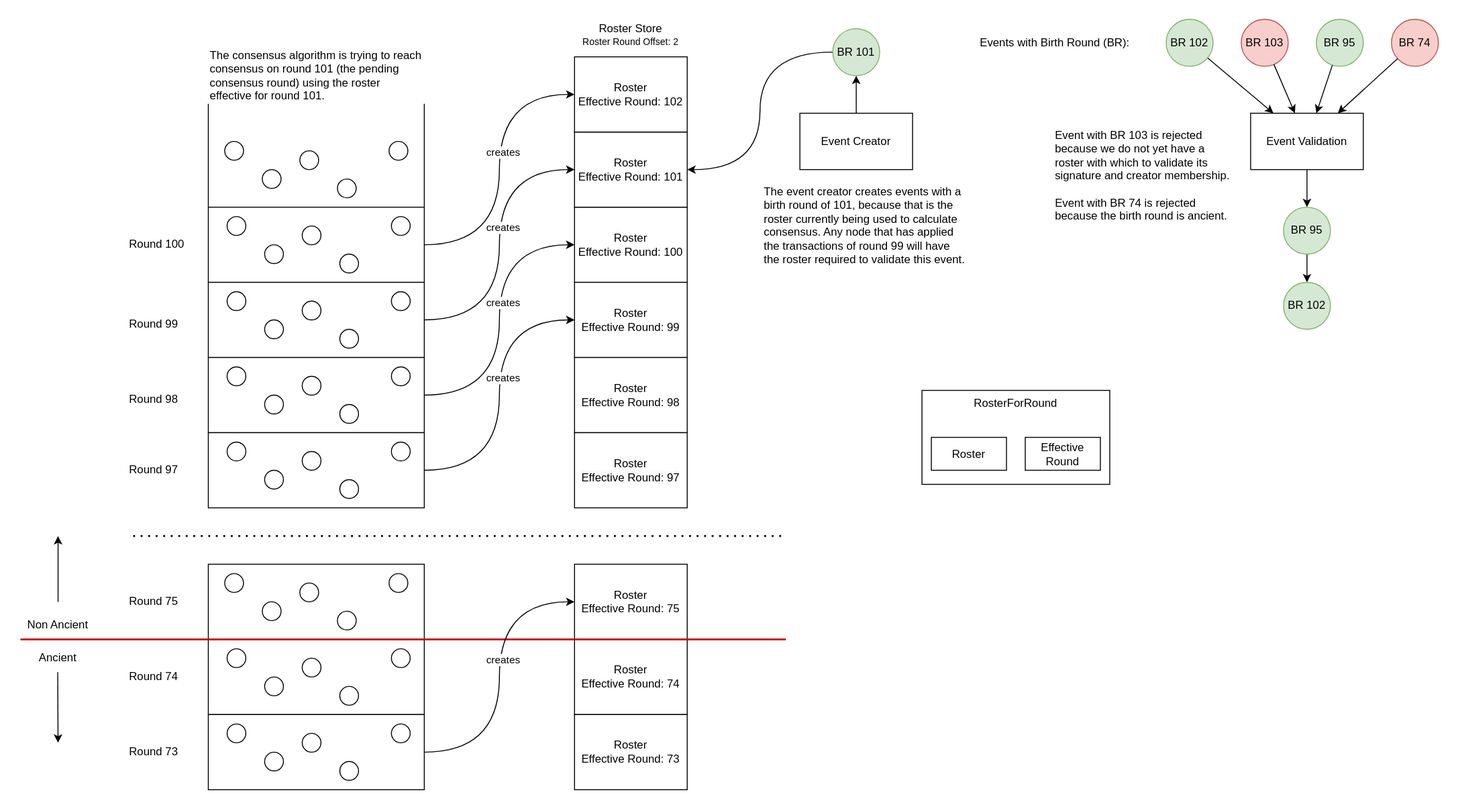
Before: platform-sdk/docs/core/dynamic-address-book/roster/RosterTerminologyDiagram.drawio.svg, a diagram exported from draw.io (hashgraph/hedera-services). Source tidied: cells renumbered, new cells last; positions are measured from the earlier drawing's top-left corner, leaving out a move shared by most shapes.
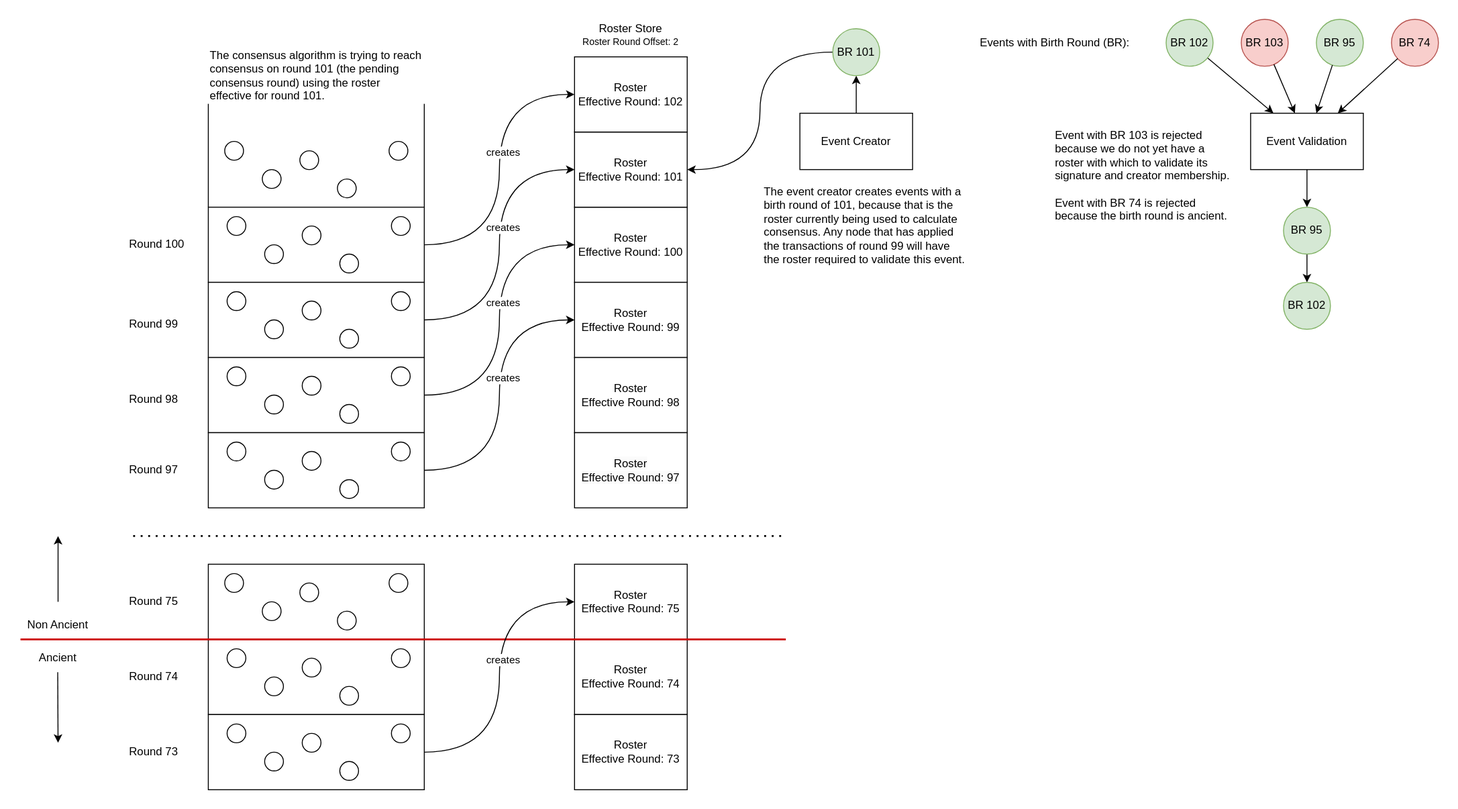
Later version of the same file.

The edit, as a diff of the source:
```diff
@@ -328,14 +328,5 @@
     <mxCell id="104" value="The event creator creates events with a birth round of 101, because that is the roster currently being used to calculate consensus. Any node that has applied the transactions of round 99 will have the roster required to validate this event." style="text;html=1;strokeColor=none;fillColor=none;align=left;verticalAlign=top;whiteSpace=wrap;rounded=0;" parent="1" vertex="1">
       <mxGeometry x="790" y="170" width="220" height="115" as="geometry" />
     </mxCell>
-    <mxCell id="105" value="RosterForRound" style="rounded=0;whiteSpace=wrap;html=1;verticalAlign=top;" parent="1" vertex="1">
-      <mxGeometry x="960" y="395" width="200" height="100" as="geometry" />
-    </mxCell>
-    <mxCell id="106" value="Roster" style="rounded=0;whiteSpace=wrap;html=1;" parent="1" vertex="1">
-      <mxGeometry x="970" y="445" width="80" height="35" as="geometry" />
-    </mxCell>
-    <mxCell id="107" value="Effective Round" style="rounded=0;whiteSpace=wrap;html=1;" parent="1" vertex="1">
-      <mxGeometry x="1070" y="445" width="80" height="35" as="geometry" />
-    </mxCell>
   </root>
 </mxGraphModel>
```
